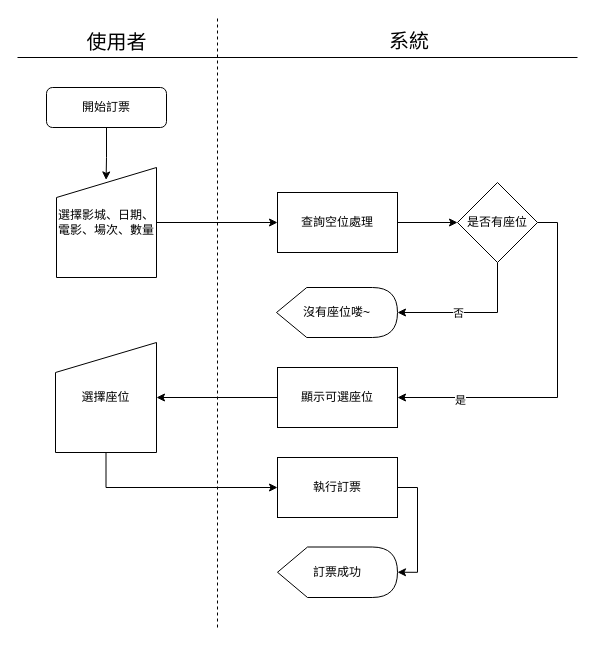
Earlier version of the draw.io diagram 流程圖/原檔/訂票.drawio (TYChicode/deepbowl). Source tidied: cells renumbered, new cells numbered last; positions are measured from the earlier drawing's top-left corner, leaving out a move shared by most shapes. Both pictures are drawn from the tidied source at 100%, with x=0, y=0 at pixel (17, 17).
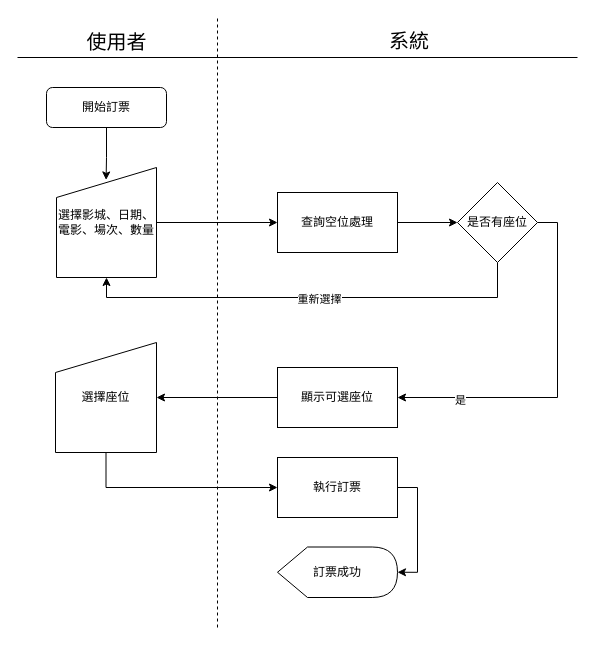
Above is the later version.

The change refers to these unchanged cells:
```xml
<mxCell id="7" value="選擇影城、日期、電影、場次、數量" style="shape=manualInput;whiteSpace=wrap;html=1;" parent="1" vertex="1">
  <mxGeometry x="39" y="150" width="100" height="110" as="geometry" />
</mxCell>
<mxCell id="14" value="是否有座位" style="rhombus;whiteSpace=wrap;html=1;" parent="1" vertex="1">
  <mxGeometry x="440" y="165" width="80" height="80" as="geometry" />
</mxCell>
```

What changed in the source:
```diff
@@
-    <mxCell id="10" style="edgeStyle=orthogonalEdgeStyle;rounded=0;jettySize=auto;html=1;entryX=1;entryY=0.5;entryDx=0;entryDy=0;entryPerimeter=0;exitX=0.5;exitY=1;exitDx=0;exitDy=0;" parent="1" edge="1" source="14" target="15">
-      <mxGeometry relative="1" as="geometry" />
-    </mxCell>
-    <mxCell id="11" value="否" style="edgeLabel;html=1;align=center;verticalAlign=middle;" parent="10" vertex="1">
-      <mxGeometry x="-0.19" relative="1" as="geometry">
-        <mxPoint x="-29" as="offset" />
-      </mxGeometry>
-    </mxCell>
@@
+    <mxCell id="25" style="edgeStyle=orthogonalEdgeStyle;rounded=0;jettySize=auto;html=1;exitX=0.5;exitY=1;exitDx=0;exitDy=0;entryX=0.5;entryY=1;entryDx=0;entryDy=0;" parent="1" edge="1" source="14" target="7">
+      <mxGeometry relative="1" as="geometry" />
+    </mxCell>
+    <mxCell id="26" value="重新選擇" style="edgeLabel;html=1;align=center;verticalAlign=middle;" parent="25" vertex="1">
+      <mxGeometry x="-0.04" y="1" relative="1" as="geometry" />
+    </mxCell>
@@
-    <mxCell id="15" value="沒有座位喽~" style="shape=display;whiteSpace=wrap;html=1;" parent="1" vertex="1">
-      <mxGeometry x="259" y="270" width="121" height="50" as="geometry" />
-    </mxCell>
```
